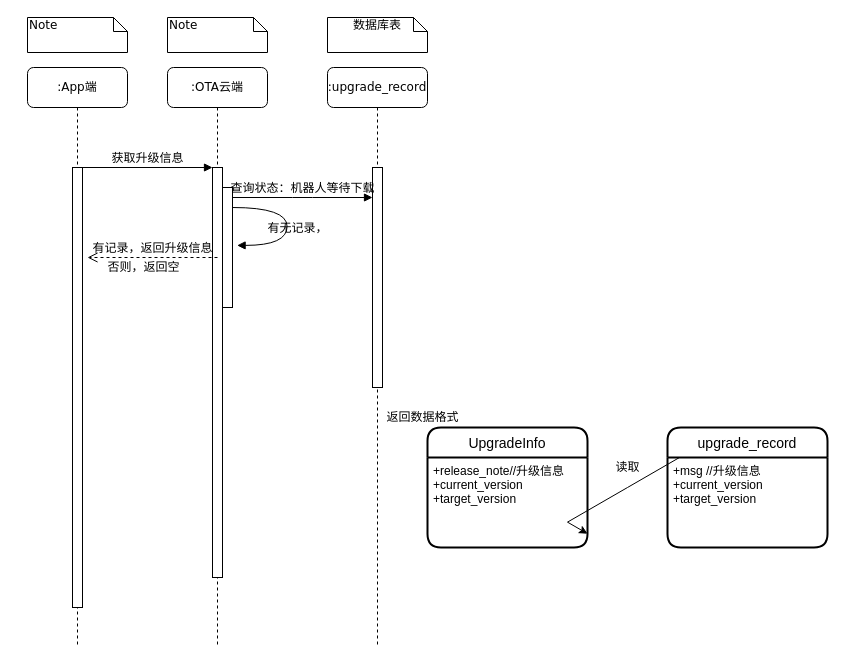
This is craft/App_Get_Upgrade_info.drawio from feihu618/drawio, a draw.io file, before an edit. Source tidied: cells renumbered, new cells numbered last; positions are measured from the earlier drawing's top-left corner, leaving out a move shared by most shapes. Both pictures are drawn from the tidied source at 100%, with x=0, y=0 at pixel (27, 17).
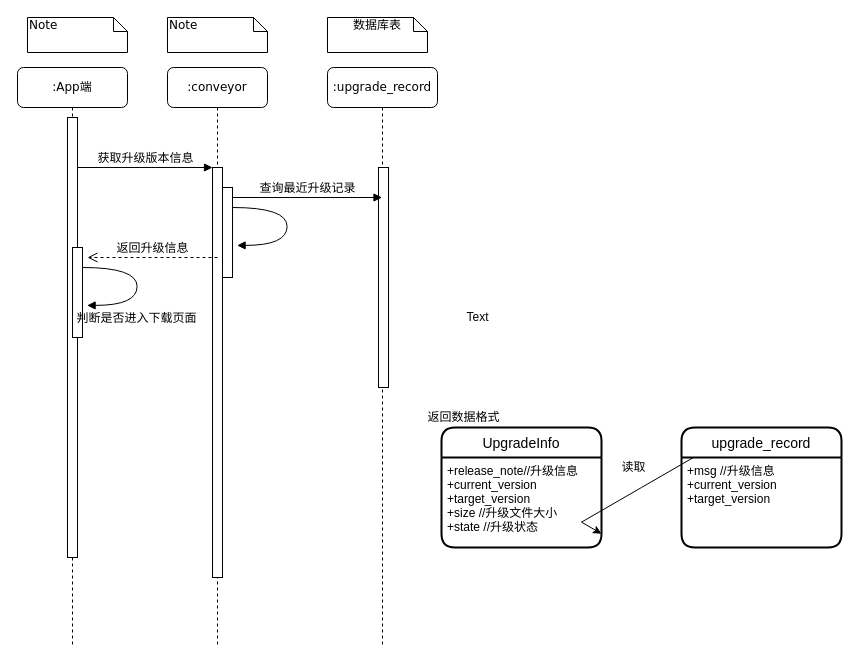
Above is the later version.

The change refers to these unchanged cells:
```xml
<mxCell id="3" style="html=1;points=[];perimeter=orthogonalPerimeter;rounded=0;shadow=0;comic=0;labelBackgroundColor=none;strokeWidth=1;fontFamily=Verdana;fontSize=12;align=center;" parent="2" vertex="1">
  <mxGeometry x="45" y="100" width="10" height="410" as="geometry" />
</mxCell>
```

The edit, as a diff of the source:
```diff
@@
-    <mxCell id="2" value=":OTA云端" style="shape=umlLifeline;perimeter=lifelinePerimeter;whiteSpace=wrap;html=1;rounded=1;shadow=0;comic=0;labelBackgroundColor=none;strokeWidth=1;fontFamily=Verdana;fontSize=12;align=center;" parent="1" vertex="1">
+    <mxCell id="2" value=":conveyor" style="shape=umlLifeline;perimeter=lifelinePerimeter;whiteSpace=wrap;html=1;rounded=1;shadow=0;comic=0;labelBackgroundColor=none;strokeWidth=1;fontFamily=Verdana;fontSize=12;align=center;" parent="1" vertex="1">
       <mxGeometry x="140" y="50" width="100" height="580" as="geometry" />
     </mxCell>
@@
     <mxCell id="4" value=":upgrade_record" style="shape=umlLifeline;perimeter=lifelinePerimeter;whiteSpace=wrap;html=1;outlineConnect=0;rounded=1;shadow=0;comic=0;labelBackgroundColor=none;strokeWidth=1;fontFamily=Verdana;fontSize=12;align=center;" parent="1" vertex="1">
-      <mxGeometry x="300" y="50" width="100" height="580" as="geometry" />
+      <mxGeometry x="300" y="50" width="110" height="580" as="geometry" />
     </mxCell>
     <mxCell id="5" style="html=1;perimeter=orthogonalPerimeter;rounded=0;shadow=0;comic=0;labelBackgroundColor=none;strokeWidth=1;fontFamily=Verdana;fontSize=12;align=center;" parent="4" vertex="1">
-      <mxGeometry x="45" y="100" width="10" height="220" as="geometry" />
+      <mxGeometry x="51" y="100" width="10" height="220" as="geometry" />
     </mxCell>
     <mxCell id="6" value=":App端" style="shape=umlLifeline;perimeter=lifelinePerimeter;whiteSpace=wrap;html=1;rounded=1;shadow=0;comic=0;labelBackgroundColor=none;strokeWidth=1;fontFamily=Verdana;fontSize=12;align=center;" parent="1" vertex="1">
-      <mxGeometry y="50" width="100" height="580" as="geometry" />
+      <mxGeometry x="-10" y="50" width="110" height="580" as="geometry" />
     </mxCell>
     <mxCell id="7" style="html=1;points=[];perimeter=orthogonalPerimeter;rounded=0;shadow=0;comic=0;labelBackgroundColor=none;strokeWidth=1;fontFamily=Verdana;fontSize=12;align=center;" parent="6" vertex="1">
-      <mxGeometry x="45" y="100" width="10" height="440" as="geometry" />
+      <mxGeometry x="50" y="50" width="10" height="440" as="geometry" />
     </mxCell>
-    <mxCell id="8" value="否则，返回空" style="text;html=1;align=center;verticalAlign=middle;fillColor=none;strokeColor=none;rounded=0;" parent="6" vertex="1">
-      <mxGeometry x="71" y="190" width="90" height="20" as="geometry" />
-    </mxCell>
+    <mxCell id="25" style="html=1;perimeter=orthogonalPerimeter;rounded=0;shadow=0;comic=0;labelBackgroundColor=none;strokeWidth=1;fontFamily=Verdana;fontSize=12;align=center;" parent="6" vertex="1">
+      <mxGeometry x="55" y="180" width="10" height="90" as="geometry" />
+    </mxCell>
+    <mxCell id="26" value="判断是否进入下载页面" style="html=1;verticalAlign=bottom;endArrow=block;labelBackgroundColor=none;fontFamily=Verdana;fontSize=12;elbow=vertical;edgeStyle=orthogonalEdgeStyle;curved=1;entryX=1;entryY=0.286;entryPerimeter=0;exitX=1.038;exitY=0.345;exitPerimeter=0;" parent="6" edge="1">
+      <mxGeometry x="0.3" y="22" relative="1" as="geometry">
+        <mxPoint x="65" y="200" as="sourcePoint" />
+        <mxPoint x="69.6" y="237.9" as="targetPoint" />
+        <Array as="points">
+          <mxPoint x="119.6" y="199.9" />
+          <mxPoint x="119.6" y="237.9" />
+        </Array>
+      </mxGeometry>
+    </mxCell>
-    <mxCell id="9" value="获取升级信息" style="html=1;verticalAlign=bottom;endArrow=block;entryX=0;entryY=0;labelBackgroundColor=none;fontFamily=Verdana;fontSize=12;edgeStyle=elbowEdgeStyle;elbow=vertical;" parent="1" edge="1" source="7" target="3">
+    <mxCell id="9" value="&lt;span style=&quot;font-family: Helvetica;&quot;&gt;获取升级版本信息&lt;/span&gt;" style="html=1;verticalAlign=bottom;endArrow=block;entryX=0;entryY=0;labelBackgroundColor=none;fontFamily=Verdana;fontSize=12;edgeStyle=elbowEdgeStyle;elbow=vertical;" parent="1" edge="1" source="7" target="3">
       <mxGeometry relative="1" as="geometry" />
     </mxCell>
-    <mxCell id="10" value="查询状态：机器人等待下载" style="html=1;verticalAlign=bottom;endArrow=block;entryX=0;entryY=0;labelBackgroundColor=none;fontFamily=Verdana;fontSize=12;edgeStyle=elbowEdgeStyle;elbow=vertical;startArrow=none;" parent="1" edge="1">
+    <mxCell id="10" value="查询最近升级记录" style="html=1;verticalAlign=bottom;endArrow=block;labelBackgroundColor=none;fontFamily=Verdana;fontSize=12;edgeStyle=elbowEdgeStyle;elbow=vertical;startArrow=none;" parent="1" edge="1" target="4">
       <mxGeometry relative="1" as="geometry">
         <mxPoint x="205" y="180" as="sourcePoint" />
-        <mxPoint x="345" y="180" as="targetPoint" />
       </mxGeometry>
     </mxCell>
@@
-    <mxCell id="15" value="有记录，返回升级信息" style="html=1;verticalAlign=bottom;endArrow=open;dashed=1;endSize=8;labelBackgroundColor=none;fontFamily=Verdana;fontSize=12;" parent="1" edge="1">
+    <mxCell id="15" value="返回升级信息" style="html=1;verticalAlign=bottom;endArrow=open;dashed=1;endSize=8;labelBackgroundColor=none;fontFamily=Verdana;fontSize=12;" parent="1" edge="1">
       <mxGeometry relative="1" as="geometry">
         <mxPoint x="190" y="240" as="sourcePoint" />
         <mxPoint x="60" y="240" as="targetPoint" />
       </mxGeometry>
     </mxCell>
     <mxCell id="16" style="html=1;perimeter=orthogonalPerimeter;rounded=0;shadow=0;comic=0;labelBackgroundColor=none;strokeWidth=1;fontFamily=Verdana;fontSize=12;align=center;" parent="1" vertex="1">
-      <mxGeometry x="195" y="170" width="10" height="120" as="geometry" />
+      <mxGeometry x="195" y="170" width="10" height="90" as="geometry" />
     </mxCell>
     <mxCell id="17" value="返回数据格式" style="text;html=1;align=center;verticalAlign=middle;strokeColor=none;fillColor=none;" parent="1" vertex="1">
-      <mxGeometry x="350" y="390" width="90" height="20" as="geometry" />
+      <mxGeometry x="391" y="390" width="90" height="20" as="geometry" />
     </mxCell>
@@
     <mxCell id="19" value="UpgradeInfo" style="swimlane;horizontal=1;startSize=30;rounded=1;fontSize=14;fontStyle=0;strokeWidth=2;shadow=0;dashed=0;align=center;" parent="1" vertex="1">
-      <mxGeometry x="400" y="410" width="160" height="120" as="geometry" />
+      <mxGeometry x="414" y="410" width="160" height="120" as="geometry" />
     </mxCell>
-    <mxCell id="20" value="+release_note//升级信息&#10;+current_version&#10;+target_version" style="align=left;strokeColor=none;fillColor=none;spacingLeft=4;fontSize=12;verticalAlign=top;" parent="19" vertex="1">
+    <mxCell id="20" value="+release_note//升级信息&#10;+current_version&#10;+target_version&#10;+size //升级文件大小&#10;+state //升级状态" style="align=left;strokeColor=none;fillColor=none;spacingLeft=4;fontSize=12;verticalAlign=top;" parent="19" vertex="1">
       <mxGeometry y="30" width="160" height="90" as="geometry" />
     </mxCell>
     <mxCell id="21" value="upgrade_record" style="swimlane;horizontal=1;startSize=30;rounded=1;fontSize=14;fontStyle=0;strokeWidth=2;shadow=0;dashed=0;align=center;" parent="1" vertex="1">
-      <mxGeometry x="640" y="410" width="160" height="120" as="geometry" />
+      <mxGeometry x="654" y="410" width="160" height="120" as="geometry" />
     </mxCell>
@@
     <mxCell id="23" value="读取" style="text;html=1;align=center;verticalAlign=middle;fillColor=none;strokeColor=none;rounded=0;" parent="1" vertex="1">
-      <mxGeometry x="580" y="440" width="40" height="20" as="geometry" />
+      <mxGeometry x="586" y="440" width="40" height="20" as="geometry" />
     </mxCell>
-    <mxCell id="24" value="有无记录，" style="html=1;verticalAlign=bottom;endArrow=block;labelBackgroundColor=none;fontFamily=Verdana;fontSize=12;elbow=vertical;edgeStyle=orthogonalEdgeStyle;curved=1;entryX=1;entryY=0.286;entryPerimeter=0;exitX=1.038;exitY=0.345;exitPerimeter=0;" parent="1" edge="1">
+    <mxCell id="24" style="html=1;verticalAlign=bottom;endArrow=block;labelBackgroundColor=none;fontFamily=Verdana;fontSize=12;elbow=vertical;edgeStyle=orthogonalEdgeStyle;curved=1;entryX=1;entryY=0.286;entryPerimeter=0;exitX=1.038;exitY=0.345;exitPerimeter=0;" parent="1" edge="1">
       <mxGeometry x="0.19" y="10" relative="1" as="geometry">
         <mxPoint x="205" y="190" as="sourcePoint" />
         <mxPoint x="209.6" y="227.9" as="targetPoint" />
         <Array as="points">
           <mxPoint x="259.6" y="189.9" />
           <mxPoint x="259.6" y="227.9" />
         </Array>
       </mxGeometry>
     </mxCell>
+    <mxCell id="27" value="Text" style="text;html=1;align=center;verticalAlign=middle;fillColor=none;strokeColor=none;rounded=0;" parent="1" vertex="1">
+      <mxGeometry x="430" y="290" width="40" height="20" as="geometry" />
+    </mxCell>
```
